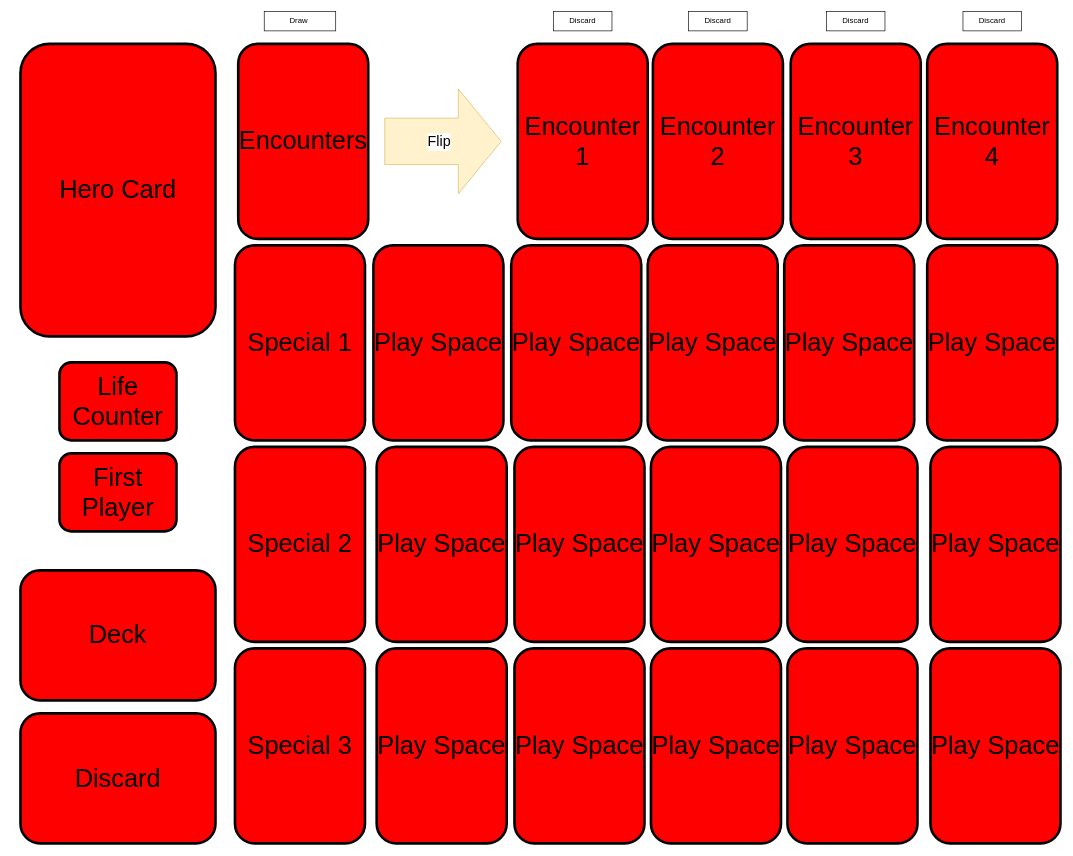
This is wireframes/Player Mat.drawio from funkymonkeymonk/tts-marvel-champions-automated, a draw.io file, before an edit. Source tidied: cells renumbered, new cells numbered last; positions are measured from the earlier drawing's top-left corner, leaving out a move shared by most shapes. Both pictures are drawn from the tidied source at 65%, with x=0, y=0 at pixel (20, 11).
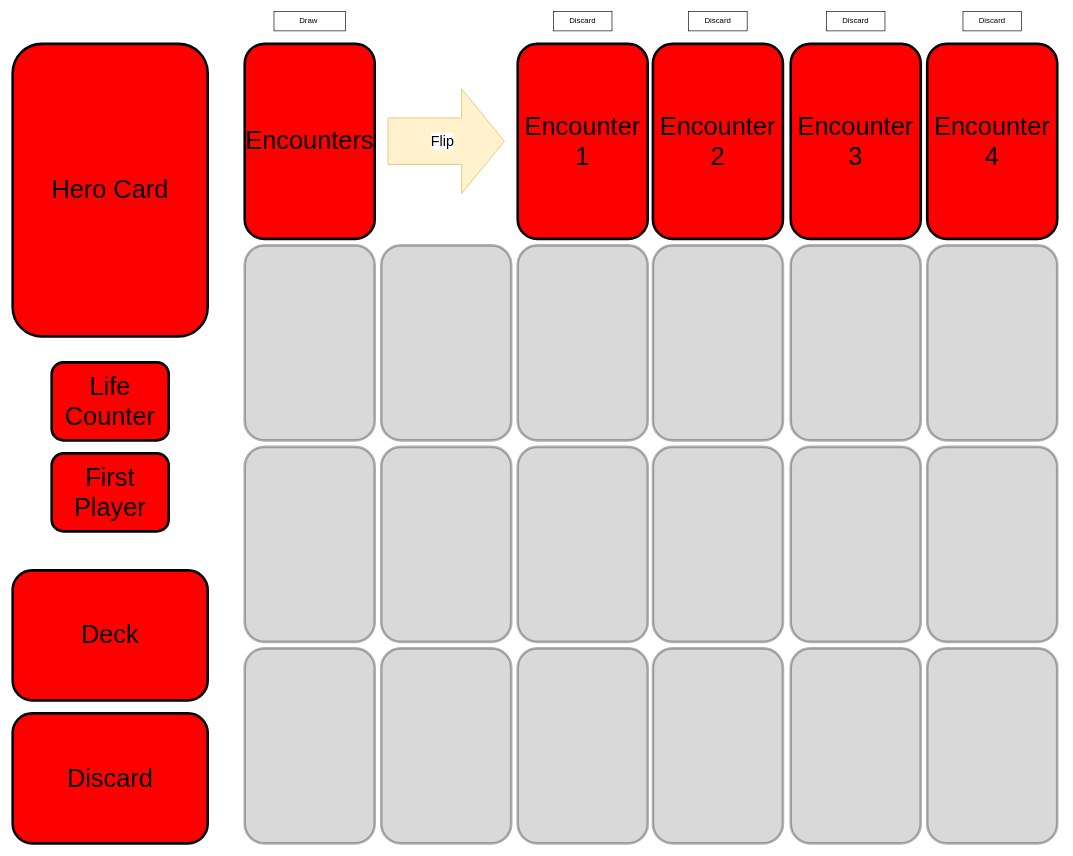
Above is the later version.

Commit message:
switch play space to transparent

What changed in the source:
```diff
@@
     <mxCell id="2" value="Hero Card" style="rounded=1;whiteSpace=wrap;html=1;fontFamily=Bangers;FType=g;fontSize=39;fillColor=#FF0000;strokeWidth=4;shadow=0;comic=0;glass=0;" parent="1" vertex="1">
-      <mxGeometry y="50" width="300" height="450" as="geometry" />
+      <mxGeometry x="-12" y="50" width="300" height="450" as="geometry" />
     </mxCell>
     <mxCell id="3" value="Life Counter" style="rounded=1;whiteSpace=wrap;html=1;fontFamily=Bangers;FType=g;fontSize=39;fillColor=#FF0000;strokeWidth=4;shadow=0;comic=0;glass=0;" parent="1" vertex="1">
-      <mxGeometry x="60" y="540" width="180" height="120" as="geometry" />
+      <mxGeometry x="48" y="540" width="180" height="120" as="geometry" />
     </mxCell>
     <mxCell id="4" value="Discard" style="rounded=1;whiteSpace=wrap;html=1;fontFamily=Bangers;FType=g;fontSize=39;fillColor=#FF0000;strokeWidth=4;shadow=0;comic=0;glass=0;direction=south;" parent="1" vertex="1">
-      <mxGeometry y="1080" width="300" height="200" as="geometry" />
+      <mxGeometry x="-12" y="1080" width="300" height="200" as="geometry" />
     </mxCell>
-    <mxCell id="5" value="Play Space" style="rounded=1;whiteSpace=wrap;html=1;fontFamily=Bangers;FType=g;fontSize=39;fillColor=#FF0000;strokeWidth=4;shadow=0;comic=0;glass=0;" parent="1" vertex="1">
-      <mxGeometry x="1175" y="360" width="200" height="300" as="geometry" />
-    </mxCell>
-    <mxCell id="6" value="Play Space" style="rounded=1;whiteSpace=wrap;html=1;fontFamily=Bangers;FType=g;fontSize=39;fillColor=#FF0000;strokeWidth=4;shadow=0;comic=0;glass=0;" parent="1" vertex="1">
-      <mxGeometry x="965" y="360" width="200" height="300" as="geometry" />
-    </mxCell>
-    <mxCell id="7" value="Play Space" style="rounded=1;whiteSpace=wrap;html=1;fontFamily=Bangers;FType=g;fontSize=39;fillColor=#FF0000;strokeWidth=4;shadow=0;comic=0;glass=0;" parent="1" vertex="1">
-      <mxGeometry x="755" y="360" width="200" height="300" as="geometry" />
-    </mxCell>
-    <mxCell id="8" value="Play Space" style="rounded=1;whiteSpace=wrap;html=1;fontFamily=Bangers;FType=g;fontSize=39;fillColor=#FF0000;strokeWidth=4;shadow=0;comic=0;glass=0;" parent="1" vertex="1">
-      <mxGeometry x="543" y="360" width="200" height="300" as="geometry" />
-    </mxCell>
-    <mxCell id="9" value="Play Space" style="rounded=1;whiteSpace=wrap;html=1;fontFamily=Bangers;FType=g;fontSize=39;fillColor=#FF0000;strokeWidth=4;shadow=0;comic=0;glass=0;" parent="1" vertex="1">
-      <mxGeometry x="1180" y="670" width="200" height="300" as="geometry" />
-    </mxCell>
-    <mxCell id="10" value="Play Space" style="rounded=1;whiteSpace=wrap;html=1;fontFamily=Bangers;FType=g;fontSize=39;fillColor=#FF0000;strokeWidth=4;shadow=0;comic=0;glass=0;" parent="1" vertex="1">
-      <mxGeometry x="548" y="670" width="200" height="300" as="geometry" />
-    </mxCell>
-    <mxCell id="11" value="Play Space" style="rounded=1;whiteSpace=wrap;html=1;fontFamily=Bangers;FType=g;fontSize=39;fillColor=#FF0000;strokeWidth=4;shadow=0;comic=0;glass=0;" parent="1" vertex="1">
-      <mxGeometry x="760" y="670" width="200" height="300" as="geometry" />
-    </mxCell>
-    <mxCell id="12" value="Play Space" style="rounded=1;whiteSpace=wrap;html=1;fontFamily=Bangers;FType=g;fontSize=39;fillColor=#FF0000;strokeWidth=4;shadow=0;comic=0;glass=0;" parent="1" vertex="1">
-      <mxGeometry x="970" y="670" width="200" height="300" as="geometry" />
-    </mxCell>
-    <mxCell id="13" value="Play Space" style="rounded=1;whiteSpace=wrap;html=1;fontFamily=Bangers;FType=g;fontSize=39;fillColor=#FF0000;strokeWidth=4;shadow=0;comic=0;glass=0;" parent="1" vertex="1">
-      <mxGeometry x="1180" y="980" width="200" height="300" as="geometry" />
-    </mxCell>
-    <mxCell id="14" value="Play Space" style="rounded=1;whiteSpace=wrap;html=1;fontFamily=Bangers;FType=g;fontSize=39;fillColor=#FF0000;strokeWidth=4;shadow=0;comic=0;glass=0;" parent="1" vertex="1">
-      <mxGeometry x="548" y="980" width="200" height="300" as="geometry" />
-    </mxCell>
-    <mxCell id="15" value="Play Space" style="rounded=1;whiteSpace=wrap;html=1;fontFamily=Bangers;FType=g;fontSize=39;fillColor=#FF0000;strokeWidth=4;shadow=0;comic=0;glass=0;" parent="1" vertex="1">
-      <mxGeometry x="760" y="980" width="200" height="300" as="geometry" />
-    </mxCell>
-    <mxCell id="16" value="Play Space" style="rounded=1;whiteSpace=wrap;html=1;fontFamily=Bangers;FType=g;fontSize=39;fillColor=#FF0000;strokeWidth=4;shadow=0;comic=0;glass=0;" parent="1" vertex="1">
-      <mxGeometry x="970" y="980" width="200" height="300" as="geometry" />
-    </mxCell>
     <mxCell id="17" value="Deck" style="rounded=1;whiteSpace=wrap;html=1;fontFamily=Bangers;FType=g;fontSize=39;fillColor=#FF0000;strokeWidth=4;shadow=0;comic=0;glass=0;direction=south;" parent="1" vertex="1">
-      <mxGeometry y="860" width="300" height="200" as="geometry" />
+      <mxGeometry x="-12" y="860" width="300" height="200" as="geometry" />
     </mxCell>
-    <mxCell id="18" value="Special 2" style="rounded=1;whiteSpace=wrap;html=1;fontFamily=Bangers;FType=g;fontSize=39;fillColor=#FF0000;strokeWidth=4;shadow=0;comic=0;glass=0;" parent="1" vertex="1">
-      <mxGeometry x="330" y="670" width="200" height="300" as="geometry" />
-    </mxCell>
-    <mxCell id="19" value="Special 1" style="rounded=1;whiteSpace=wrap;html=1;fontFamily=Bangers;FType=g;fontSize=39;fillColor=#FF0000;strokeWidth=4;shadow=0;comic=0;glass=0;" parent="1" vertex="1">
-      <mxGeometry x="330" y="360" width="200" height="300" as="geometry" />
-    </mxCell>
@@
     <mxCell id="24" value="Encounters" style="rounded=1;whiteSpace=wrap;html=1;fontFamily=Bangers;FType=g;fontSize=39;fillColor=#FF0000;strokeWidth=4;shadow=0;comic=0;glass=0;" parent="1" vertex="1">
-      <mxGeometry x="335" y="50" width="200" height="300" as="geometry" />
+      <mxGeometry x="345" y="50" width="200" height="300" as="geometry" />
     </mxCell>
     <mxCell id="25" value="Draw&amp;nbsp;" style="rounded=0;whiteSpace=wrap;html=1;fontFamily=Bangers;" parent="1" vertex="1">
-      <mxGeometry x="375" width="110" height="30" as="geometry" />
+      <mxGeometry x="390" width="110" height="30" as="geometry" />
     </mxCell>
-    <mxCell id="26" value="Special 3" style="rounded=1;whiteSpace=wrap;html=1;fontFamily=Bangers;FType=g;fontSize=39;fillColor=#FF0000;strokeWidth=4;shadow=0;comic=0;glass=0;" parent="1" vertex="1">
-      <mxGeometry x="330" y="980" width="200" height="300" as="geometry" />
-    </mxCell>
@@
-    <mxCell id="28" value="Play Space" style="rounded=1;whiteSpace=wrap;html=1;fontFamily=Bangers;FType=g;fontSize=39;fillColor=#FF0000;strokeWidth=4;shadow=0;comic=0;glass=0;" parent="1" vertex="1">
+    <mxCell id="28" style="rounded=1;whiteSpace=wrap;html=1;fontFamily=Bangers;FType=g;fontSize=39;fillColor=#808080;strokeWidth=4;shadow=0;comic=0;glass=0;opacity=30;" parent="1" vertex="1">
       <mxGeometry x="1395" y="360" width="200" height="300" as="geometry" />
     </mxCell>
-    <mxCell id="29" value="Play Space" style="rounded=1;whiteSpace=wrap;html=1;fontFamily=Bangers;FType=g;fontSize=39;fillColor=#FF0000;strokeWidth=4;shadow=0;comic=0;glass=0;" parent="1" vertex="1">
-      <mxGeometry x="1400" y="670" width="200" height="300" as="geometry" />
-    </mxCell>
-    <mxCell id="30" value="Play Space" style="rounded=1;whiteSpace=wrap;html=1;fontFamily=Bangers;FType=g;fontSize=39;fillColor=#FF0000;strokeWidth=4;shadow=0;comic=0;glass=0;" parent="1" vertex="1">
-      <mxGeometry x="1400" y="980" width="200" height="300" as="geometry" />
-    </mxCell>
     <mxCell id="31" value="First Player" style="rounded=1;whiteSpace=wrap;html=1;fontFamily=Bangers;FType=g;fontSize=39;fillColor=#FF0000;strokeWidth=4;shadow=0;comic=0;glass=0;" parent="1" vertex="1">
-      <mxGeometry x="60" y="680" width="180" height="120" as="geometry" />
+      <mxGeometry x="48" y="680" width="180" height="120" as="geometry" />
     </mxCell>
     <mxCell id="32" style="shape=flexArrow;endArrow=classic;html=1;fontFamily=Bangers;endWidth=88.57142857142858;endSize=21.614285714285717;width=71.42857142857143;fillColor=#fff2cc;strokeColor=#d6b656;" parent="1" edge="1">
       <mxGeometry relative="1" as="geometry">
-        <mxPoint x="560" y="200" as="sourcePoint" />
-        <mxPoint x="740" y="200" as="targetPoint" />
+        <mxPoint x="565" y="199.7" as="sourcePoint" />
+        <mxPoint x="745" y="199.7" as="targetPoint" />
       </mxGeometry>
     </mxCell>
@@
+    <mxCell id="37" style="rounded=1;whiteSpace=wrap;html=1;fontFamily=Bangers;FType=g;fontSize=39;fillColor=#808080;strokeWidth=4;shadow=0;comic=0;glass=0;opacity=30;" parent="1" vertex="1">
+      <mxGeometry x="1185" y="360" width="200" height="300" as="geometry" />
+    </mxCell>
+    <mxCell id="38" style="rounded=1;whiteSpace=wrap;html=1;fontFamily=Bangers;FType=g;fontSize=39;fillColor=#808080;strokeWidth=4;shadow=0;comic=0;glass=0;opacity=30;" parent="1" vertex="1">
+      <mxGeometry x="973" y="360" width="200" height="300" as="geometry" />
+    </mxCell>
+    <mxCell id="39" style="rounded=1;whiteSpace=wrap;html=1;fontFamily=Bangers;FType=g;fontSize=39;fillColor=#808080;strokeWidth=4;shadow=0;comic=0;glass=0;opacity=30;" parent="1" vertex="1">
+      <mxGeometry x="765" y="360" width="200" height="300" as="geometry" />
+    </mxCell>
+    <mxCell id="40" style="rounded=1;whiteSpace=wrap;html=1;fontFamily=Bangers;FType=g;fontSize=39;fillColor=#808080;strokeWidth=4;shadow=0;comic=0;glass=0;opacity=30;" parent="1" vertex="1">
+      <mxGeometry x="555" y="360" width="200" height="300" as="geometry" />
+    </mxCell>
+    <mxCell id="41" style="rounded=1;whiteSpace=wrap;html=1;fontFamily=Bangers;FType=g;fontSize=39;fillColor=#808080;strokeWidth=4;shadow=0;comic=0;glass=0;opacity=30;" parent="1" vertex="1">
+      <mxGeometry x="345" y="360" width="200" height="300" as="geometry" />
+    </mxCell>
+    <mxCell id="42" style="rounded=1;whiteSpace=wrap;html=1;fontFamily=Bangers;FType=g;fontSize=39;fillColor=#808080;strokeWidth=4;shadow=0;comic=0;glass=0;opacity=30;" parent="1" vertex="1">
+      <mxGeometry x="345" y="670" width="200" height="300" as="geometry" />
+    </mxCell>
+    <mxCell id="43" style="rounded=1;whiteSpace=wrap;html=1;fontFamily=Bangers;FType=g;fontSize=39;fillColor=#808080;strokeWidth=4;shadow=0;comic=0;glass=0;opacity=30;" parent="1" vertex="1">
+      <mxGeometry x="555" y="670" width="200" height="300" as="geometry" />
+    </mxCell>
+    <mxCell id="44" style="rounded=1;whiteSpace=wrap;html=1;fontFamily=Bangers;FType=g;fontSize=39;fillColor=#808080;strokeWidth=4;shadow=0;comic=0;glass=0;opacity=30;" parent="1" vertex="1">
+      <mxGeometry x="765" y="670" width="200" height="300" as="geometry" />
+    </mxCell>
+    <mxCell id="45" style="rounded=1;whiteSpace=wrap;html=1;fontFamily=Bangers;FType=g;fontSize=39;fillColor=#808080;strokeWidth=4;shadow=0;comic=0;glass=0;opacity=30;" parent="1" vertex="1">
+      <mxGeometry x="973" y="670" width="200" height="300" as="geometry" />
+    </mxCell>
+    <mxCell id="46" style="rounded=1;whiteSpace=wrap;html=1;fontFamily=Bangers;FType=g;fontSize=39;fillColor=#808080;strokeWidth=4;shadow=0;comic=0;glass=0;opacity=30;" parent="1" vertex="1">
+      <mxGeometry x="1185" y="670" width="200" height="300" as="geometry" />
+    </mxCell>
+    <mxCell id="47" style="rounded=1;whiteSpace=wrap;html=1;fontFamily=Bangers;FType=g;fontSize=39;fillColor=#808080;strokeWidth=4;shadow=0;comic=0;glass=0;opacity=30;" parent="1" vertex="1">
+      <mxGeometry x="1395" y="670" width="200" height="300" as="geometry" />
+    </mxCell>
+    <mxCell id="48" style="rounded=1;whiteSpace=wrap;html=1;fontFamily=Bangers;FType=g;fontSize=39;fillColor=#808080;strokeWidth=4;shadow=0;comic=0;glass=0;opacity=30;" parent="1" vertex="1">
+      <mxGeometry x="345" y="980" width="200" height="300" as="geometry" />
+    </mxCell>
+    <mxCell id="49" style="rounded=1;whiteSpace=wrap;html=1;fontFamily=Bangers;FType=g;fontSize=39;fillColor=#808080;strokeWidth=4;shadow=0;comic=0;glass=0;opacity=30;" parent="1" vertex="1">
+      <mxGeometry x="555" y="980" width="200" height="300" as="geometry" />
+    </mxCell>
+    <mxCell id="50" style="rounded=1;whiteSpace=wrap;html=1;fontFamily=Bangers;FType=g;fontSize=39;fillColor=#808080;strokeWidth=4;shadow=0;comic=0;glass=0;opacity=30;" parent="1" vertex="1">
+      <mxGeometry x="765" y="980" width="200" height="300" as="geometry" />
+    </mxCell>
+    <mxCell id="51" style="rounded=1;whiteSpace=wrap;html=1;fontFamily=Bangers;FType=g;fontSize=39;fillColor=#808080;strokeWidth=4;shadow=0;comic=0;glass=0;opacity=30;" parent="1" vertex="1">
+      <mxGeometry x="973" y="980" width="200" height="300" as="geometry" />
+    </mxCell>
+    <mxCell id="52" style="rounded=1;whiteSpace=wrap;html=1;fontFamily=Bangers;FType=g;fontSize=39;fillColor=#808080;strokeWidth=4;shadow=0;comic=0;glass=0;opacity=30;" parent="1" vertex="1">
+      <mxGeometry x="1185" y="980" width="200" height="300" as="geometry" />
+    </mxCell>
+    <mxCell id="53" style="rounded=1;whiteSpace=wrap;html=1;fontFamily=Bangers;FType=g;fontSize=39;fillColor=#808080;strokeWidth=4;shadow=0;comic=0;glass=0;opacity=30;" parent="1" vertex="1">
+      <mxGeometry x="1395" y="980" width="200" height="300" as="geometry" />
+    </mxCell>
```
